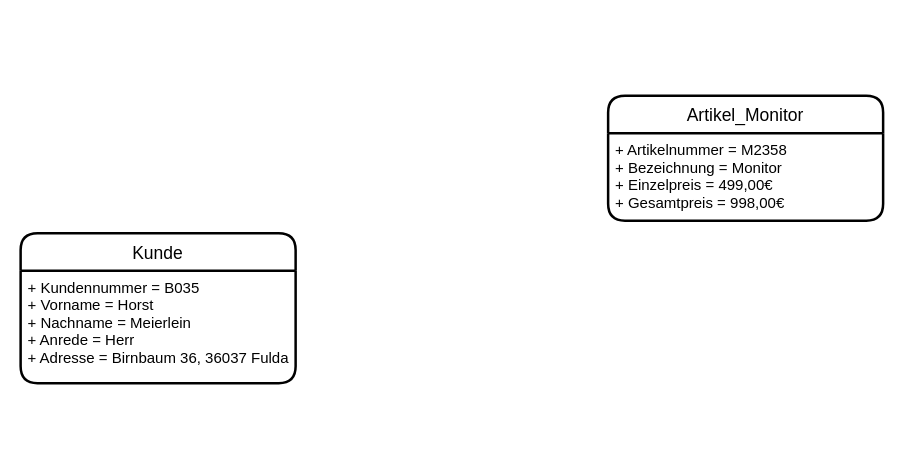
The draw.io diagram Untitled Diagram.drawio in bj433/Schulkram, before the edit. Source tidied: cells renumbered, new cells numbered last; positions are measured from the earlier drawing's top-left corner, leaving out a move shared by most shapes. Both pictures are drawn from the tidied source at 125%, with x=0, y=0 at pixel (20, 95).
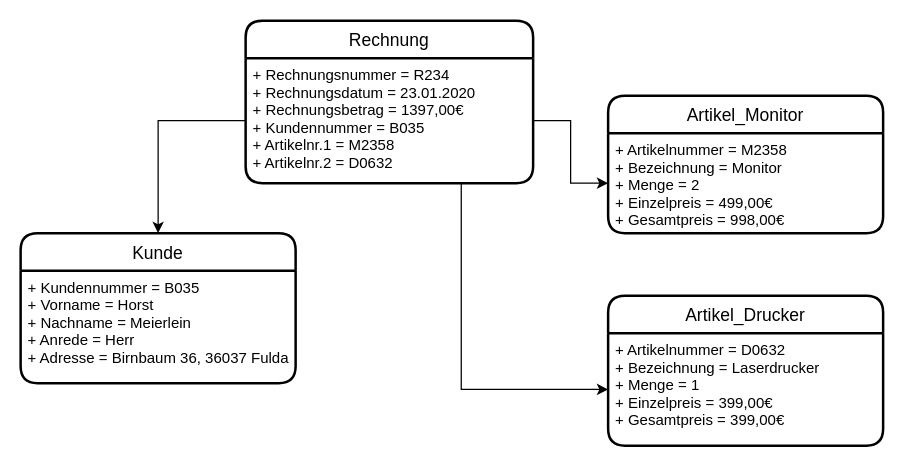
Above is the later version.

What changed in the source:
```diff
@@
 <mxGraphModel>
   <root>
     <mxCell id="0" />
     <mxCell id="1" parent="0" />
     <mxCell id="2" value="Kunde" style="swimlane;horizontal=1;startSize=30;rounded=1;fontSize=14;fontStyle=0;strokeWidth=2;shadow=0;dashed=0;align=center;" parent="1" vertex="1">
       <mxGeometry y="110" width="220" height="120" as="geometry" />
     </mxCell>
     <mxCell id="3" value="+ Kundennummer = B035&#10;+ Vorname = Horst&#10;+ Nachname = Meierlein&#10;+ Anrede = Herr&#10;+ Adresse = Birnbaum 36, 36037 Fulda" style="align=left;strokeColor=none;fillColor=none;spacingLeft=4;fontSize=12;verticalAlign=top;" parent="2" vertex="1">
       <mxGeometry y="30" width="220" height="90" as="geometry" />
     </mxCell>
     <mxCell id="4" value="Artikel_Monitor" style="swimlane;horizontal=1;startSize=30;rounded=1;fontSize=14;fontStyle=0;strokeWidth=2;shadow=0;dashed=0;align=center;" parent="1" vertex="1">
-      <mxGeometry x="470" width="220" height="100" as="geometry" />
+      <mxGeometry x="470" width="220" height="110" as="geometry" />
     </mxCell>
-    <mxCell id="5" value="+ Artikelnummer = M2358&#10;+ Bezeichnung = Monitor&#10;+ Einzelpreis = 499,00€&#10;+ Gesamtpreis = 998,00€" style="align=left;strokeColor=none;fillColor=none;spacingLeft=4;fontSize=12;verticalAlign=top;" parent="4" vertex="1">
-      <mxGeometry y="30" width="220" height="70" as="geometry" />
+    <mxCell id="5" value="+ Artikelnummer = M2358&#10;+ Bezeichnung = Monitor&#10;+ Menge = 2&#10;+ Einzelpreis = 499,00€&#10;+ Gesamtpreis = 998,00€" style="align=left;strokeColor=none;fillColor=none;spacingLeft=4;fontSize=12;verticalAlign=top;" parent="4" vertex="1">
+      <mxGeometry y="30" width="220" height="80" as="geometry" />
     </mxCell>
+    <mxCell id="6" value="Artikel_Drucker" style="swimlane;horizontal=1;startSize=30;rounded=1;fontSize=14;fontStyle=0;strokeWidth=2;shadow=0;dashed=0;align=center;" parent="1" vertex="1">
+      <mxGeometry x="470" y="160" width="220" height="120" as="geometry" />
+    </mxCell>
+    <mxCell id="7" value="+ Artikelnummer = D0632&#10;+ Bezeichnung = Laserdrucker&#10;+ Menge = 1&#10;+ Einzelpreis = 399,00€&#10;+ Gesamtpreis = 399,00€ " style="align=left;strokeColor=none;fillColor=none;spacingLeft=4;fontSize=12;verticalAlign=top;" parent="6" vertex="1">
+      <mxGeometry y="30" width="220" height="90" as="geometry" />
+    </mxCell>
+    <mxCell id="8" value="Rechnung" style="swimlane;horizontal=1;startSize=30;rounded=1;fontSize=14;fontStyle=0;strokeWidth=2;shadow=0;dashed=0;align=center;" parent="1" vertex="1">
+      <mxGeometry x="180" y="-60" width="230" height="130" as="geometry" />
+    </mxCell>
+    <mxCell id="9" value="+ Rechnungsnummer = R234&#10;+ Rechnungsdatum = 23.01.2020&#10;+ Rechnungsbetrag = 1397,00€&#10;+ Kundennummer = B035&#10;+ Artikelnr.1 = M2358&#10;+ Artikelnr.2 = D0632" style="align=left;strokeColor=none;fillColor=none;spacingLeft=4;fontSize=12;verticalAlign=top;" parent="8" vertex="1">
+      <mxGeometry y="30" width="230" height="100" as="geometry" />
+    </mxCell>
+    <mxCell id="10" style="edgeStyle=orthogonalEdgeStyle;rounded=0;jettySize=auto;html=1;exitX=1;exitY=0.5;exitDx=0;exitDy=0;entryX=0;entryY=0.5;entryDx=0;entryDy=0;" parent="1" edge="1" source="9" target="5">
+      <mxGeometry relative="1" as="geometry" />
+    </mxCell>
+    <mxCell id="11" style="edgeStyle=orthogonalEdgeStyle;rounded=0;jettySize=auto;html=1;exitX=0.75;exitY=1;exitDx=0;exitDy=0;entryX=0;entryY=0.5;entryDx=0;entryDy=0;" parent="1" edge="1" source="9" target="7">
+      <mxGeometry relative="1" as="geometry" />
+    </mxCell>
+    <mxCell id="12" style="edgeStyle=orthogonalEdgeStyle;rounded=0;jettySize=auto;html=1;exitX=0;exitY=0.5;exitDx=0;exitDy=0;" parent="1" edge="1" source="9" target="2">
+      <mxGeometry relative="1" as="geometry" />
+    </mxCell>
   </root>
 </mxGraphModel>
```
